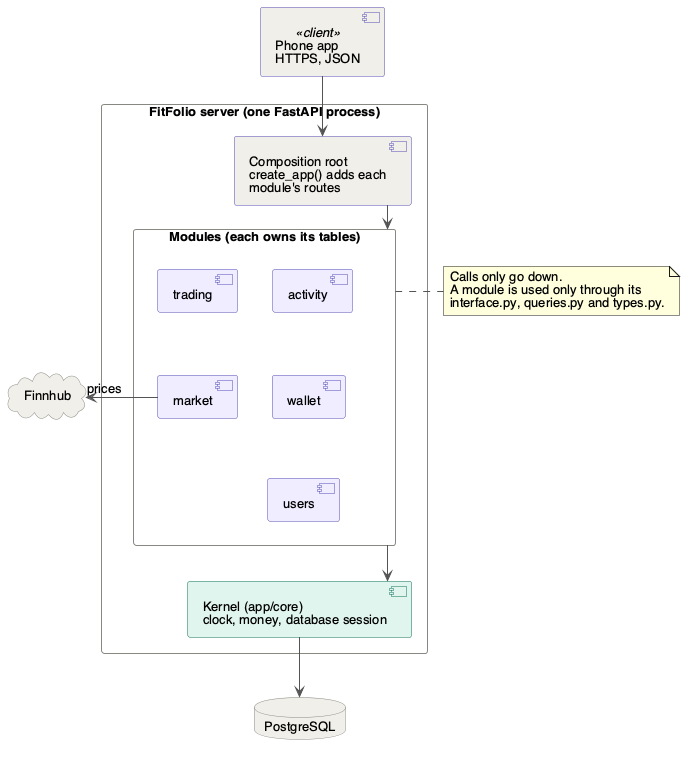
Earlier version of the PlantUML export docs/Design/SoftArchitecture/figures/backend-poc.png (davislenover/BurnNEarn).
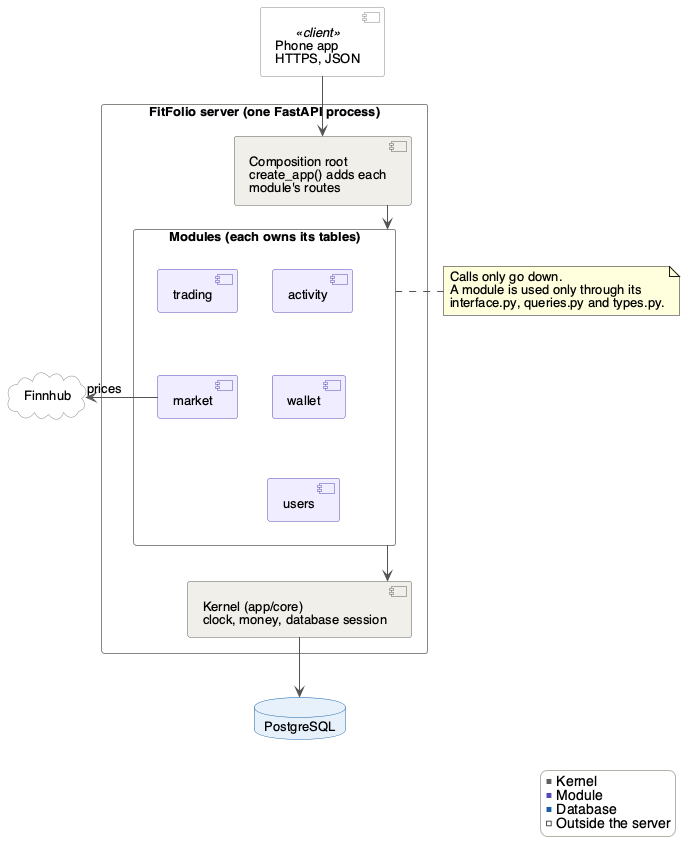
After the change.

What changed in the source:
```diff
@@ -21,10 +21,10 @@
   BorderColor #888780
 }
 
-component "Phone app\nHTTPS, JSON" as phone <<client>> #F1EFE8
+component "Phone app\nHTTPS, JSON" as phone <<client>> #FFFFFF;line:888780
 
 rectangle "FitFolio server (one FastAPI process)" as server {
-  component "Composition root\ncreate_app() adds each\nmodule's routes" as root #F1EFE8
+  component "Composition root\ncreate_app() adds each\nmodule's routes" as root #F1EFE8;line:5F5E5A
   rectangle "Modules (each owns its tables)" as modules {
     component "trading" as trading
     component "activity" as activity
@@ -32,11 +32,11 @@
     component "wallet" as wallet
     component "users" as users
   }
-  component "Kernel (app/core)\nclock, money, database session" as core #E1F5EE;line:0F6E56
+  component "Kernel (app/core)\nclock, money, database session" as core #F1EFE8;line:5F5E5A
 }
 
-database "PostgreSQL" as pg
-cloud "Finnhub" as finnhub
+database "PostgreSQL" as pg #E6F1FB;line:185FA5
+cloud "Finnhub" as finnhub #FFFFFF
 
 phone -down-> root
 root -down-> modules
@@ -56,4 +56,13 @@
   A module is used only through its
   interface.py, queries.py and types.py.
 end note
+
+skinparam LegendBackgroundColor #FFFFFF
+skinparam LegendBorderColor #B4B2A9
+legend right
+  <color:#5F5E5A>■</color> Kernel
+  <color:#534AB7>■</color> Module
+  <color:#185FA5>■</color> Database
+  □ Outside the server
+endlegend
 @enduml
```
